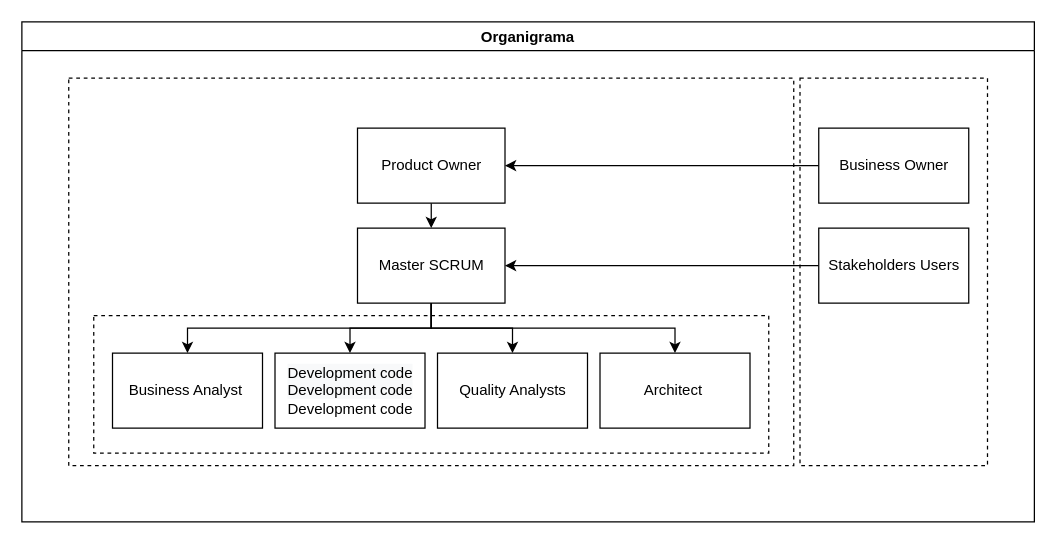
Earlier version of the draw.io diagram 7/PARCIAL II/Metodologías para el desarrollo de proyectos/Praactica 7/Organigrama.drawio (VictorG222/TIDS-2019-IDGS-UTSLRC-2023). Source tidied: cells renumbered, new cells numbered last; positions are measured from the earlier drawing's top-left corner, leaving out a move shared by most shapes. Both pictures are drawn from the tidied source at 125%, with x=0, y=0 at pixel (21, 21).
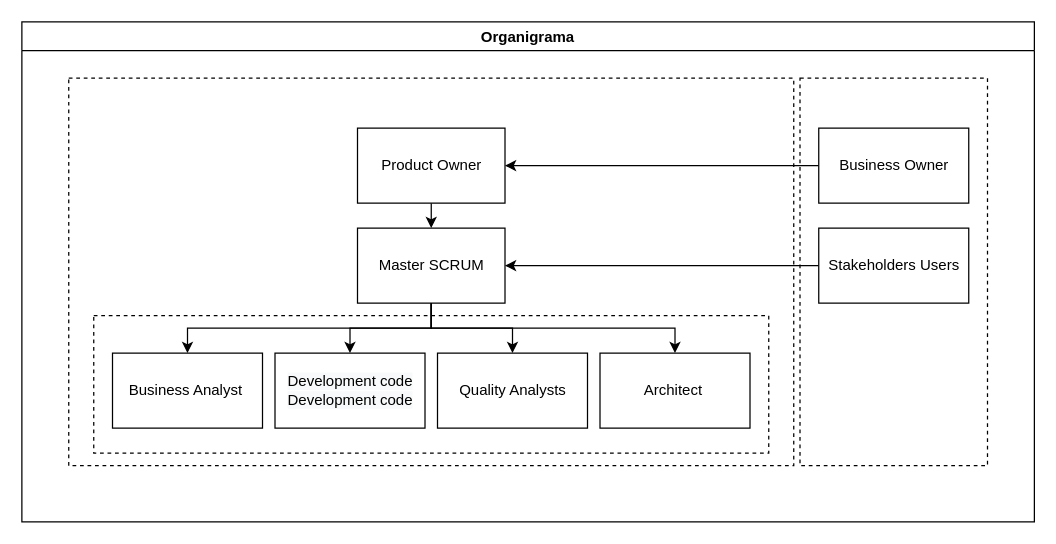
The same diagram, later.

Unchanged cells that the change refers to:
```xml
<mxCell id="2" value="Organigrama" style="swimlane;" parent="1" vertex="1">
  <mxGeometry width="810" height="400" as="geometry" />
</mxCell>
```

Diff of the diagram source:
```diff
@@
-    <mxCell id="15" value="&lt;span style=&quot;color: rgb(0 , 0 , 0) ; font-family: &amp;#34;helvetica&amp;#34; ; font-size: 12px ; font-style: normal ; font-weight: 400 ; letter-spacing: normal ; text-align: center ; text-indent: 0px ; text-transform: none ; word-spacing: 0px ; background-color: rgb(248 , 249 , 250) ; display: inline ; float: none&quot;&gt;&lt;span style=&quot;font-family: &amp;#34;helvetica&amp;#34;&quot;&gt;Development code&lt;br&gt;&lt;/span&gt;Development code&lt;/span&gt;&lt;br&gt;Development code" style="rounded=0;whiteSpace=wrap;html=1;" parent="2" vertex="1">
+    <mxCell id="15" value="&lt;span style=&quot;color: rgb(0 , 0 , 0) ; font-family: &amp;#34;helvetica&amp;#34; ; font-size: 12px ; font-style: normal ; font-weight: 400 ; letter-spacing: normal ; text-align: center ; text-indent: 0px ; text-transform: none ; word-spacing: 0px ; background-color: rgb(248 , 249 , 250) ; display: inline ; float: none&quot;&gt;&lt;span style=&quot;font-family: &amp;#34;helvetica&amp;#34;&quot;&gt;Development code&lt;br&gt;&lt;/span&gt;Development code&lt;/span&gt;" style="rounded=0;whiteSpace=wrap;html=1;" parent="2" vertex="1">
       <mxGeometry x="202.5" y="265" width="120" height="60" as="geometry" />
     </mxCell>
```
